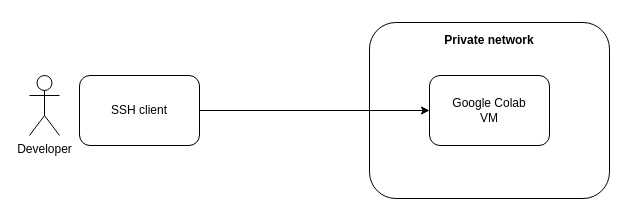
Earlier version of the draw.io diagram page "Page-2" (2 of 2) of Untitled Diagram.drawio (WassimBenzarti/colab-ssh-presentation). Source tidied: cells renumbered, new cells numbered last; positions are measured from the earlier drawing's top-left corner, leaving out a move shared by most shapes. Both pictures are drawn from the tidied source at 100%, with x=0, y=0 at pixel (29, 22).
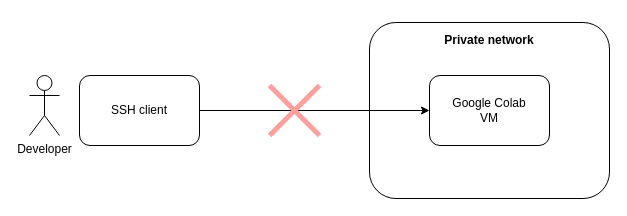
Above is the later version.

The edit, as a diff of the source:
```diff
@@
 <mxGraphModel>
   <root>
     <mxCell id="0" />
     <mxCell id="1" parent="0" />
     <mxCell id="2" value="&lt;h4&gt;Private network&lt;/h4&gt;" style="rounded=1;whiteSpace=wrap;html=1;align=center;verticalAlign=top;spacingTop=-12;" parent="1" vertex="1">
       <mxGeometry x="340" width="240" height="176" as="geometry" />
     </mxCell>
     <mxCell id="3" value="Google Colab&lt;br&gt;VM" style="rounded=1;whiteSpace=wrap;html=1;" parent="1" vertex="1">
       <mxGeometry x="400" y="53" width="120" height="70" as="geometry" />
     </mxCell>
     <mxCell id="4" value="SSH client" style="rounded=1;whiteSpace=wrap;html=1;" parent="1" vertex="1">
       <mxGeometry x="50" y="53" width="120" height="70" as="geometry" />
     </mxCell>
     <mxCell id="5" value="Developer" style="shape=umlActor;verticalLabelPosition=bottom;verticalAlign=top;html=1;" parent="1" vertex="1">
       <mxGeometry y="53" width="30" height="60" as="geometry" />
     </mxCell>
     <mxCell id="6" style="endArrow=classic;html=1;rounded=0;exitX=1;exitY=0.5;exitDx=0;exitDy=0;entryX=0;entryY=0.5;entryDx=0;entryDy=0;" parent="1" edge="1" source="4" target="3">
       <mxGeometry relative="1" as="geometry" />
     </mxCell>
+    <mxCell id="7" style="endArrow=none;html=1;rounded=0;startSize=12;fillColor=#f8cecc;strokeColor=#FCA09D;strokeWidth=5;" parent="1" edge="1">
+      <mxGeometry relative="1" as="geometry">
+        <mxPoint x="290" y="113" as="sourcePoint" />
+        <mxPoint x="240" y="63" as="targetPoint" />
+      </mxGeometry>
+    </mxCell>
+    <mxCell id="8" style="endArrow=none;html=1;rounded=0;fillColor=#f8cecc;strokeColor=#FCA09D;strokeWidth=5;" parent="1" edge="1">
+      <mxGeometry relative="1" as="geometry">
+        <mxPoint x="240" y="113" as="sourcePoint" />
+        <mxPoint x="290" y="63" as="targetPoint" />
+      </mxGeometry>
+    </mxCell>
   </root>
 </mxGraphModel>
```
